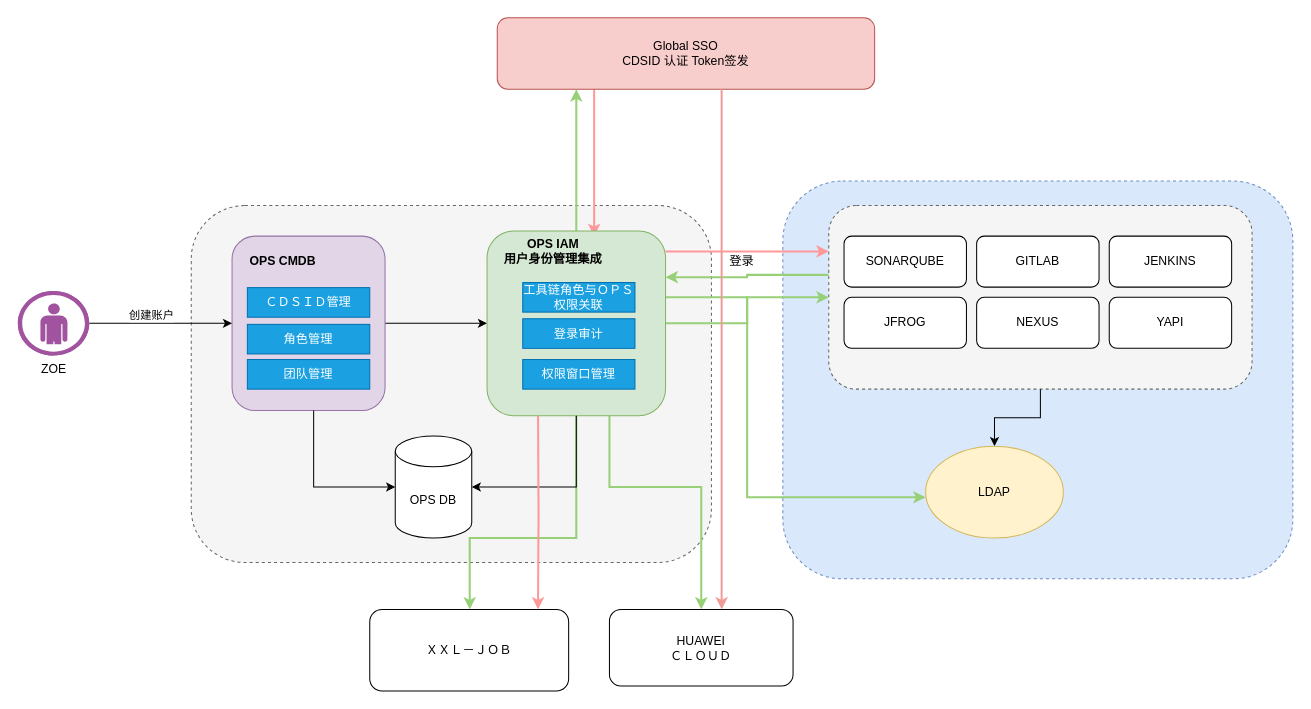
Earlier version of the draw.io diagram IAM统一认证.drawio (463024907/draw.io). Source tidied: cells renumbered, new cells numbered last; positions are measured from the earlier drawing's top-left corner, leaving out a move shared by most shapes. Both pictures are drawn from the tidied source at 102%, with x=0, y=0 at pixel (17, 17).
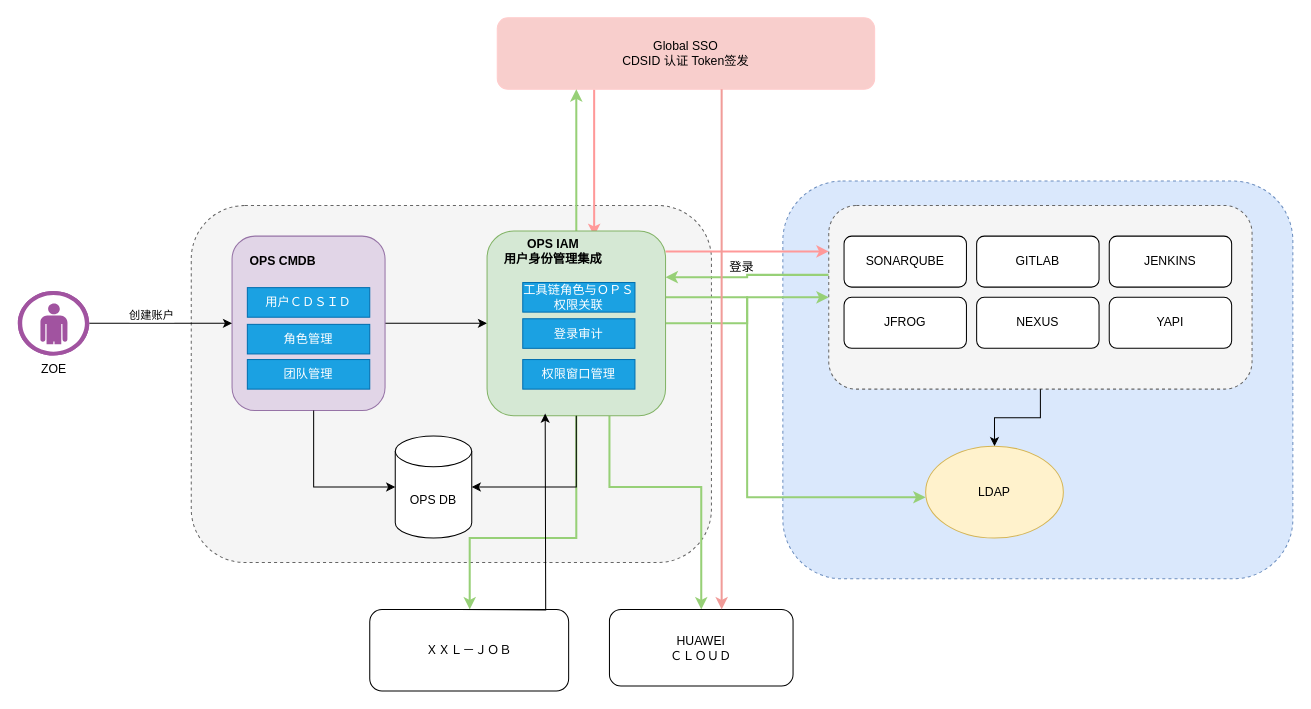
The same diagram, later.

Commit message:
更新IAM统一认证.drawio

The change refers to these unchanged cells:
```xml
<mxCell id="42" value="ＸＸＬ－ＪＯＢ" style="rounded=1;whiteSpace=wrap;html=1;" parent="1" vertex="1">
  <mxGeometry x="345" y="580" width="195" height="80" as="geometry" />
</mxCell>
```

The edit, as a diff of the source:
```diff
@@
-    <mxCell id="8" value="Global SSO&lt;br&gt;CDSID 认证 Token签发" style="rounded=1;whiteSpace=wrap;html=1;fillColor=#f8cecc;strokeColor=#b85450;" parent="1" vertex="1">
+    <mxCell id="8" value="Global SSO&lt;br&gt;CDSID 认证 Token签发" style="rounded=1;whiteSpace=wrap;html=1;fillColor=#F8CECC;strokeColor=#FFCCCC;" parent="1" vertex="1">
       <mxGeometry x="470" width="370" height="70" as="geometry" />
     </mxCell>
@@
     <mxCell id="32" value="登录" style="text;html=1;strokeColor=none;fillColor=none;align=center;verticalAlign=middle;whiteSpace=wrap;rounded=0;" parent="1" vertex="1">
-      <mxGeometry x="680" y="224" width="60" height="30" as="geometry" />
+      <mxGeometry x="680" y="230" width="60" height="30" as="geometry" />
     </mxCell>
@@
-    <mxCell id="35" value="&lt;div style=&quot;&quot;&gt;&lt;span style=&quot;font-family: Garamond; background-color: initial;&quot;&gt;ＣＤＳＩＤ管理&lt;/span&gt;&lt;/div&gt;" style="rounded=0;whiteSpace=wrap;html=1;fillColor=#1ba1e2;fontColor=#ffffff;strokeColor=#006EAF;align=center;" parent="1" vertex="1">
+    <mxCell id="35" value="&lt;div style=&quot;&quot;&gt;&lt;span style=&quot;font-family: Garamond; background-color: initial;&quot;&gt;用户ＣＤＳＩＤ&lt;/span&gt;&lt;/div&gt;" style="rounded=0;whiteSpace=wrap;html=1;fillColor=#1ba1e2;fontColor=#ffffff;strokeColor=#006EAF;align=center;" parent="1" vertex="1">
       <mxGeometry x="225" y="264.5" width="120" height="29" as="geometry" />
     </mxCell>
@@
-    <mxCell id="43" style="edgeStyle=orthogonalEdgeStyle;rounded=0;jettySize=auto;html=1;entryX=0.846;entryY=0;entryDx=0;entryDy=0;strokeColor=#FF9999;strokeWidth=2;entryPerimeter=0;" parent="1" edge="1" target="42">
-      <mxGeometry relative="1" as="geometry">
-        <mxPoint x="510" y="390" as="sourcePoint" />
-      </mxGeometry>
-    </mxCell>
+    <mxCell id="44" style="edgeStyle=orthogonalEdgeStyle;rounded=0;orthogonalLoop=1;jettySize=auto;html=1;entryX=0.394;entryY=0.989;entryDx=0;entryDy=0;entryPerimeter=0;" parent="1" edge="1">
+      <mxGeometry relative="1" as="geometry">
+        <mxPoint x="430.5" y="580" as="sourcePoint" />
+        <mxPoint x="517" y="388" as="targetPoint" />
+      </mxGeometry>
+    </mxCell>
```
